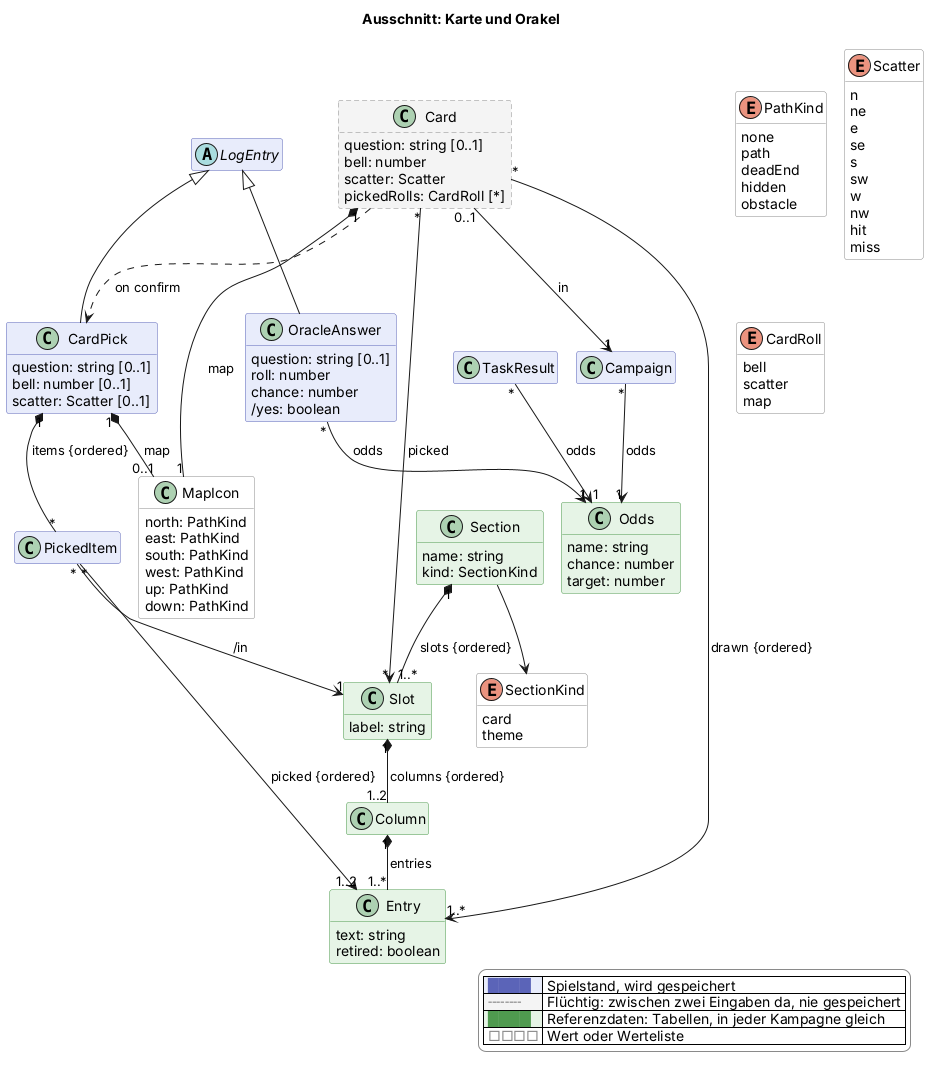
Earlier version of the PlantUML export docs/views/karte.png (scuzzar/SRE).
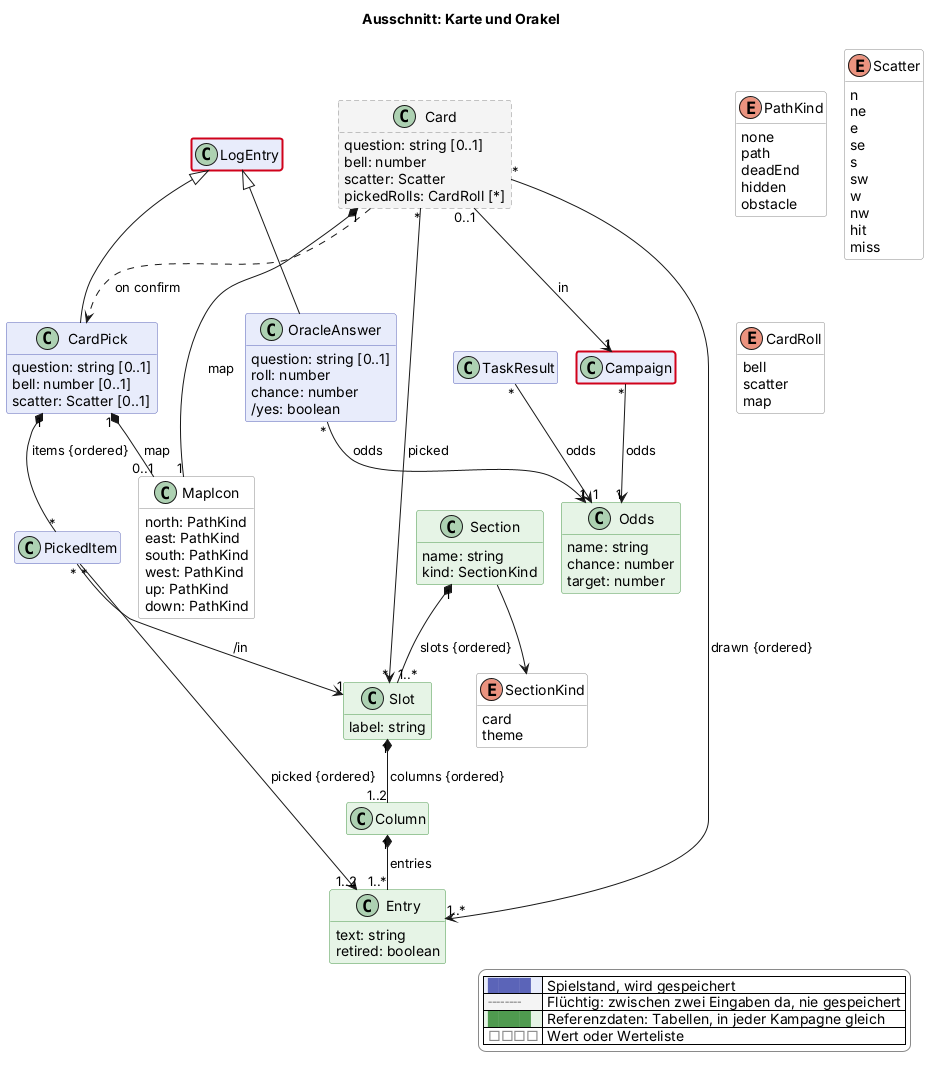
The same diagram one commit later.

Diff of the diagram source:
```diff
@@ -84,6 +84,7 @@
   }
   class PickedItem $karte
 
+
   class Card <<transient>> $karte {
     question: string [0..1]
     bell: number
@@ -153,6 +154,7 @@
 
 
 
+
 LogEntry <|-- OracleAnswer
 LogEntry <|-- CardPick
 CardPick "1" *-- "*" PickedItem : items {ordered}
@@ -182,4 +184,6 @@
   |<#e6f4e6> <color:#4f9a4f>████</color> | Referenzdaten: Tabellen, in jeder Kampagne gleich |
   |<#ffffff> <color:#8a8a8a>□□□□</color> | Wert oder Werteliste |
 endlegend
+class Campaign #line:d0021b;line.bold
+class LogEntry #line:d0021b;line.bold
 @enduml
```
